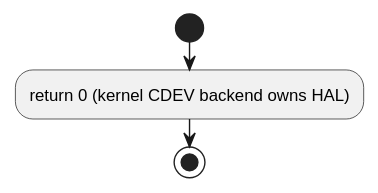
Above: c1_sdd_linux-ipcs/cursor_tmp/flow_svgs/linux_6_5_9_ipcsHwInit.svg in Mastang1/sad_sdd_proj (PlantUML), before the change. The source it was exported from:
```plantuml
@startuml
!pragma layout smetana
skinparam conditionStyle insideDiamond
skinparam linetype ortho
start
:return 0 (kernel CDEV backend owns HAL);
stop
@enduml
```
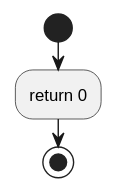
The same diagram one commit later.

The edit, as a diff of the source:
```diff
@@ -3,6 +3,6 @@
 skinparam conditionStyle insideDiamond
 skinparam linetype ortho
 start
-:return 0 (kernel CDEV backend owns HAL);
+:return 0;
 stop
 @enduml
```
